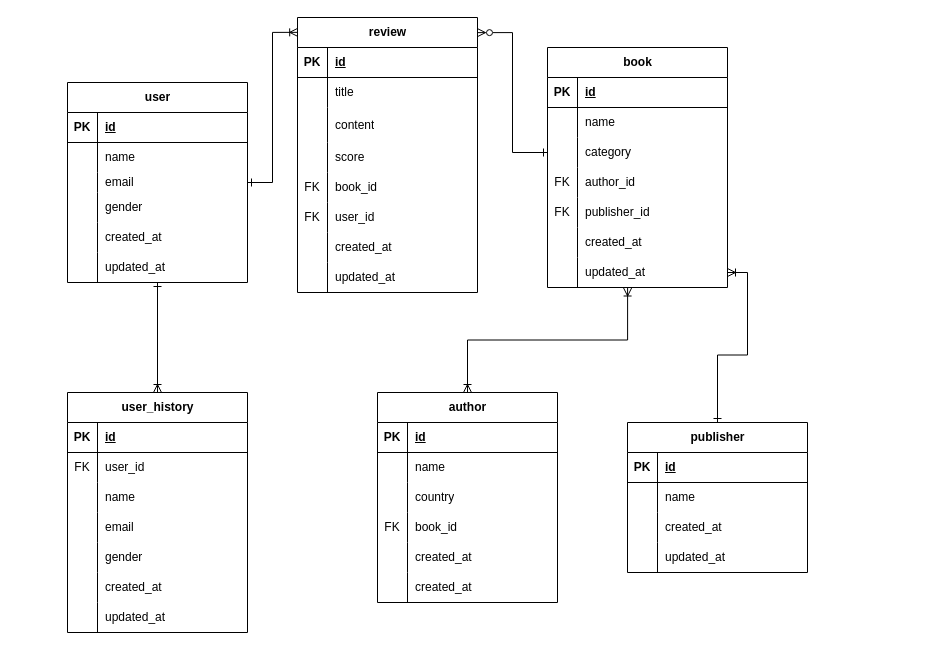
The draw.io diagram src/main/resources/제목 없는 다이어그램.drawio in gyungyunni/BookManager, before the edit. Source tidied: cells renumbered, new cells numbered last; positions are measured from the earlier drawing's top-left corner, leaving out a move shared by most shapes. Both pictures are drawn from the tidied source at 100%, with x=0, y=0 at pixel (67, 17).
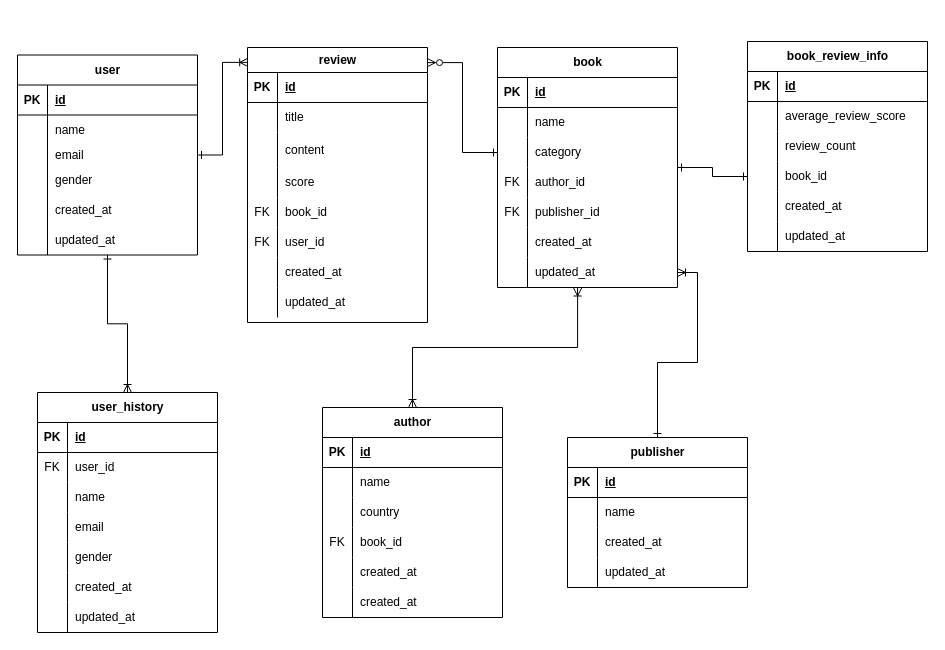
After the change.

Change to the diagram source:
```diff
@@
     <mxCell id="4" value="user" style="shape=table;startSize=30;childLayout=tableLayout;rowLines=0;fontStyle=1;align=center;html=1;" parent="1" vertex="1">
-      <mxGeometry y="65" width="180" height="200" as="geometry" />
+      <mxGeometry x="-50" y="37.5" width="180" height="200" as="geometry" />
     </mxCell>
@@
     <mxCell id="23" value="user_history" style="shape=table;startSize=30;childLayout=tableLayout;rowLines=0;fontStyle=1;align=center;html=1;" parent="1" vertex="1">
-      <mxGeometry y="375" width="180" height="240" as="geometry" />
+      <mxGeometry x="-30" y="375" width="180" height="240" as="geometry" />
     </mxCell>
@@
     <mxCell id="45" value="book" style="shape=table;startSize=30;childLayout=tableLayout;rowLines=0;fontStyle=1;align=center;html=1;" parent="1" vertex="1">
-      <mxGeometry x="480" y="30" width="180" height="240" as="geometry" />
+      <mxGeometry x="430" y="30" width="180" height="240" as="geometry" />
     </mxCell>
@@
     <mxCell id="68" value="author" style="shape=table;startSize=30;childLayout=tableLayout;rowLines=0;fontStyle=1;align=center;html=1;" parent="1" vertex="1">
-      <mxGeometry x="310" y="375" width="180" height="210" as="geometry" />
+      <mxGeometry x="255" y="390" width="180" height="210" as="geometry" />
     </mxCell>
@@
     <mxCell id="88" value="publisher" style="shape=table;startSize=30;childLayout=tableLayout;rowLines=0;fontStyle=1;align=center;html=1;" parent="1" vertex="1">
-      <mxGeometry x="560" y="405" width="180" height="150" as="geometry" />
+      <mxGeometry x="500" y="420" width="180" height="150" as="geometry" />
     </mxCell>
@@
-    <mxCell id="101" value="review" style="shape=table;startSize=30;childLayout=tableLayout;rowLines=0;fontStyle=1;align=center;html=1;" parent="1" vertex="1">
-      <mxGeometry x="230" width="180" height="275" as="geometry" />
+    <mxCell id="101" value="review" style="shape=table;startSize=25;childLayout=tableLayout;rowLines=0;fontStyle=1;align=center;html=1;" parent="1" vertex="1">
+      <mxGeometry x="180" y="30" width="180" height="275" as="geometry" />
     </mxCell>
     <mxCell id="102" style="shape=tableRow;horizontal=0;startSize=0;swimlaneHead=0;swimlaneBody=0;fillColor=none;top=0;left=0;right=0;bottom=1;" parent="101" vertex="1">
-      <mxGeometry y="30" width="180" height="30" as="geometry" />
+      <mxGeometry y="25" width="180" height="30" as="geometry" />
     </mxCell>
@@
     <mxCell id="105" style="shape=tableRow;horizontal=0;startSize=0;swimlaneHead=0;swimlaneBody=0;fillColor=none;top=0;left=0;right=0;bottom=0;" parent="101" vertex="1">
-      <mxGeometry y="60" width="180" height="30" as="geometry" />
+      <mxGeometry y="55" width="180" height="30" as="geometry" />
     </mxCell>
@@
     <mxCell id="108" style="shape=tableRow;horizontal=0;startSize=0;swimlaneHead=0;swimlaneBody=0;fillColor=none;top=0;left=0;right=0;bottom=0;" parent="101" vertex="1">
-      <mxGeometry y="90" width="180" height="35" as="geometry" />
+      <mxGeometry y="85" width="180" height="35" as="geometry" />
     </mxCell>
@@
     <mxCell id="111" style="shape=tableRow;horizontal=0;startSize=0;swimlaneHead=0;swimlaneBody=0;fillColor=none;top=0;left=0;right=0;bottom=0;" parent="101" vertex="1">
-      <mxGeometry y="125" width="180" height="30" as="geometry" />
+      <mxGeometry y="120" width="180" height="30" as="geometry" />
     </mxCell>
@@
     <mxCell id="114" style="shape=tableRow;horizontal=0;startSize=0;swimlaneHead=0;swimlaneBody=0;fillColor=none;top=0;left=0;right=0;bottom=0;" parent="101" vertex="1">
-      <mxGeometry y="155" width="180" height="30" as="geometry" />
+      <mxGeometry y="150" width="180" height="30" as="geometry" />
     </mxCell>
@@
     <mxCell id="117" style="shape=tableRow;horizontal=0;startSize=0;swimlaneHead=0;swimlaneBody=0;fillColor=none;top=0;left=0;right=0;bottom=0;" parent="101" vertex="1">
-      <mxGeometry y="185" width="180" height="30" as="geometry" />
+      <mxGeometry y="180" width="180" height="30" as="geometry" />
     </mxCell>
@@
     <mxCell id="120" style="shape=tableRow;horizontal=0;startSize=0;swimlaneHead=0;swimlaneBody=0;fillColor=none;top=0;left=0;right=0;bottom=0;" parent="101" vertex="1">
-      <mxGeometry y="215" width="180" height="30" as="geometry" />
+      <mxGeometry y="210" width="180" height="30" as="geometry" />
     </mxCell>
@@
     <mxCell id="123" style="shape=tableRow;horizontal=0;startSize=0;swimlaneHead=0;swimlaneBody=0;fillColor=none;top=0;left=0;right=0;bottom=0;" parent="101" vertex="1">
-      <mxGeometry y="245" width="180" height="30" as="geometry" />
+      <mxGeometry y="240" width="180" height="30" as="geometry" />
     </mxCell>
@@
+    <mxCell id="127" value="book_review_info" style="shape=table;startSize=30;childLayout=tableLayout;rowLines=0;fontStyle=1;align=center;html=1;" parent="1" vertex="1">
+      <mxGeometry x="680" y="24" width="180" height="210" as="geometry" />
+    </mxCell>
+    <mxCell id="128" style="shape=tableRow;horizontal=0;startSize=0;swimlaneHead=0;swimlaneBody=0;fillColor=none;top=0;left=0;right=0;bottom=1;" parent="127" vertex="1">
+      <mxGeometry y="30" width="180" height="30" as="geometry" />
+    </mxCell>
+    <mxCell id="129" value="PK" style="shape=partialRectangle;fillColor=none;top=0;left=0;bottom=0;right=0;fontStyle=1;overflow=hidden;whiteSpace=wrap;html=1;" parent="128" vertex="1">
+      <mxGeometry width="30" height="30" as="geometry" />
+    </mxCell>
+    <mxCell id="130" value="id" style="shape=partialRectangle;fillColor=none;top=0;left=0;bottom=0;right=0;align=left;spacingLeft=6;fontStyle=5;overflow=hidden;whiteSpace=wrap;html=1;" parent="128" vertex="1">
+      <mxGeometry x="30" width="150" height="30" as="geometry" />
+    </mxCell>
+    <mxCell id="131" style="shape=tableRow;horizontal=0;startSize=0;swimlaneHead=0;swimlaneBody=0;fillColor=none;top=0;left=0;right=0;bottom=0;" parent="127" vertex="1">
+      <mxGeometry y="60" width="180" height="30" as="geometry" />
+    </mxCell>
+    <mxCell id="132" style="shape=partialRectangle;fillColor=none;top=0;left=0;bottom=0;right=0;overflow=hidden;whiteSpace=wrap;html=1;" parent="131" vertex="1">
+      <mxGeometry width="30" height="30" as="geometry" />
+    </mxCell>
+    <mxCell id="133" value="average_review_score" style="shape=partialRectangle;fillColor=none;top=0;left=0;bottom=0;right=0;align=left;spacingLeft=6;overflow=hidden;whiteSpace=wrap;html=1;" parent="131" vertex="1">
+      <mxGeometry x="30" width="150" height="30" as="geometry" />
+    </mxCell>
+    <mxCell id="134" style="shape=tableRow;horizontal=0;startSize=0;swimlaneHead=0;swimlaneBody=0;fillColor=none;top=0;left=0;right=0;bottom=0;" parent="127" vertex="1">
+      <mxGeometry y="90" width="180" height="30" as="geometry" />
+    </mxCell>
+    <mxCell id="135" style="shape=partialRectangle;fillColor=none;top=0;left=0;bottom=0;right=0;overflow=hidden;whiteSpace=wrap;html=1;" parent="134" vertex="1">
+      <mxGeometry width="30" height="30" as="geometry" />
+    </mxCell>
+    <mxCell id="136" value="review_count" style="shape=partialRectangle;fillColor=none;top=0;left=0;bottom=0;right=0;align=left;spacingLeft=6;overflow=hidden;whiteSpace=wrap;html=1;" parent="134" vertex="1">
+      <mxGeometry x="30" width="150" height="30" as="geometry" />
+    </mxCell>
+    <mxCell id="137" style="shape=tableRow;horizontal=0;startSize=0;swimlaneHead=0;swimlaneBody=0;fillColor=none;points=[[0,0.5],[1,0.5]];portConstraint=eastwest;top=0;left=0;right=0;bottom=0;" parent="127" vertex="1">
+      <mxGeometry y="120" width="180" height="30" as="geometry" />
+    </mxCell>
+    <mxCell id="138" style="shape=partialRectangle;fillColor=none;top=0;left=0;bottom=0;right=0;overflow=hidden;whiteSpace=wrap;html=1;" parent="137" vertex="1">
+      <mxGeometry width="30" height="30" as="geometry" />
+    </mxCell>
+    <mxCell id="139" value="book_id" style="shape=partialRectangle;fillColor=none;top=0;left=0;bottom=0;right=0;align=left;spacingLeft=6;overflow=hidden;whiteSpace=wrap;html=1;" parent="137" vertex="1">
+      <mxGeometry x="30" width="150" height="30" as="geometry" />
+    </mxCell>
+    <mxCell id="140" style="shape=tableRow;horizontal=0;startSize=0;swimlaneHead=0;swimlaneBody=0;fillColor=none;top=0;left=0;right=0;bottom=0;" parent="127" vertex="1">
+      <mxGeometry y="150" width="180" height="30" as="geometry" />
+    </mxCell>
+    <mxCell id="141" style="shape=partialRectangle;fillColor=none;top=0;left=0;bottom=0;right=0;overflow=hidden;whiteSpace=wrap;html=1;" parent="140" vertex="1">
+      <mxGeometry width="30" height="30" as="geometry" />
+    </mxCell>
+    <mxCell id="142" value="created_at" style="shape=partialRectangle;fillColor=none;top=0;left=0;bottom=0;right=0;align=left;spacingLeft=6;overflow=hidden;whiteSpace=wrap;html=1;" parent="140" vertex="1">
+      <mxGeometry x="30" width="150" height="30" as="geometry" />
+    </mxCell>
+    <mxCell id="143" style="shape=tableRow;horizontal=0;startSize=0;swimlaneHead=0;swimlaneBody=0;fillColor=none;top=0;left=0;right=0;bottom=0;" parent="127" vertex="1">
+      <mxGeometry y="180" width="180" height="30" as="geometry" />
+    </mxCell>
+    <mxCell id="144" style="shape=partialRectangle;fillColor=none;top=0;left=0;bottom=0;right=0;overflow=hidden;whiteSpace=wrap;html=1;" parent="143" vertex="1">
+      <mxGeometry width="30" height="30" as="geometry" />
+    </mxCell>
+    <mxCell id="145" value="updated_at" style="shape=partialRectangle;fillColor=none;top=0;left=0;bottom=0;right=0;align=left;spacingLeft=6;overflow=hidden;whiteSpace=wrap;html=1;" parent="143" vertex="1">
+      <mxGeometry x="30" width="150" height="30" as="geometry" />
+    </mxCell>
+    <mxCell id="146" style="edgeStyle=orthogonalEdgeStyle;rounded=0;jettySize=auto;html=1;entryX=1;entryY=0.5;entryDx=0;entryDy=0;startArrow=ERone;startFill=0;endArrow=ERone;endFill=0;" parent="1" edge="1" source="137" target="45">
+      <mxGeometry relative="1" as="geometry" />
+    </mxCell>
```
